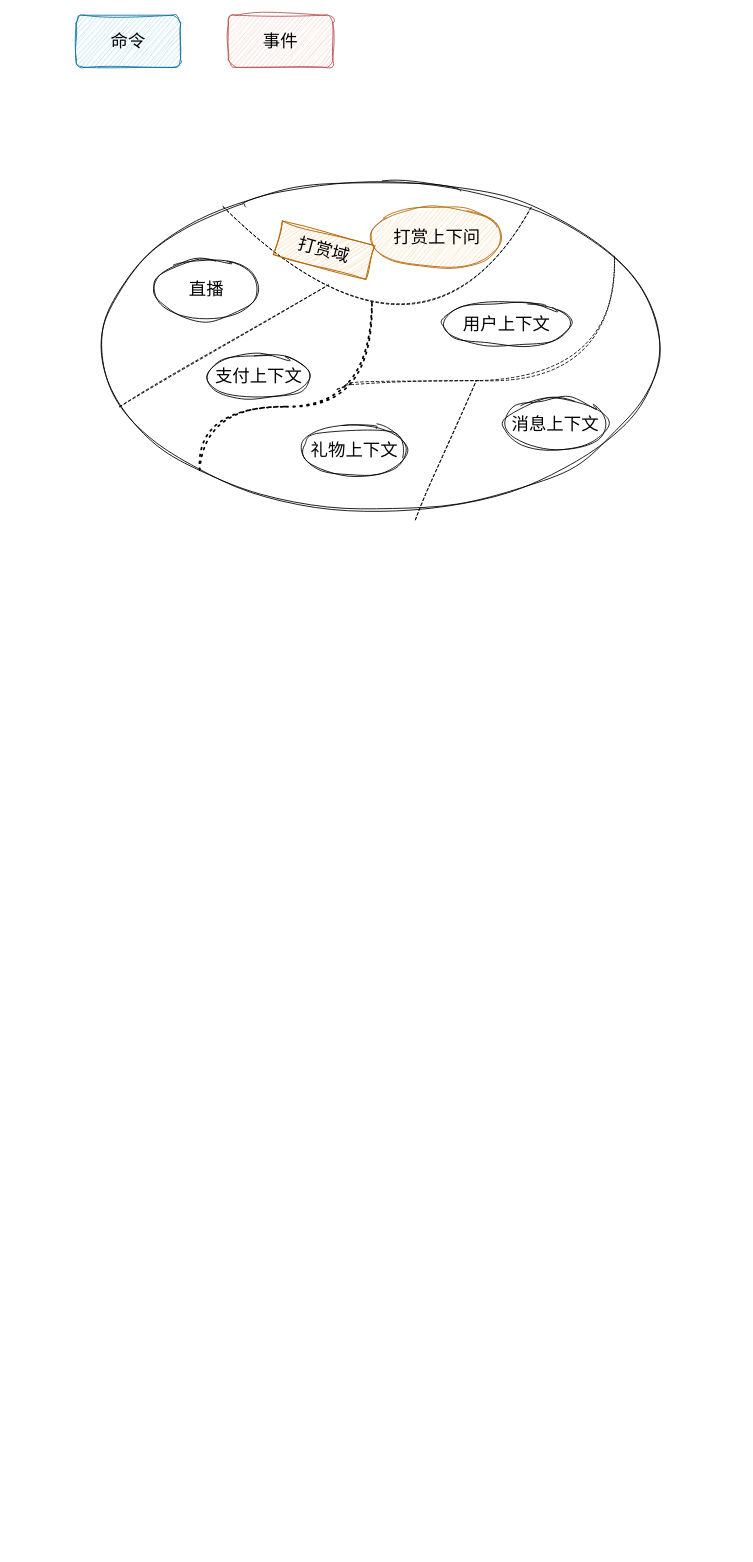
Earlier version of the draw.io diagram 未命名绘图.drawio (seuzxc/book). Source tidied: cells renumbered, new cells numbered last; positions are measured from the earlier drawing's top-left corner, leaving out a move shared by most shapes. Both pictures are drawn from the tidied source at 87%, with x=0, y=0 at pixel (76, 15).
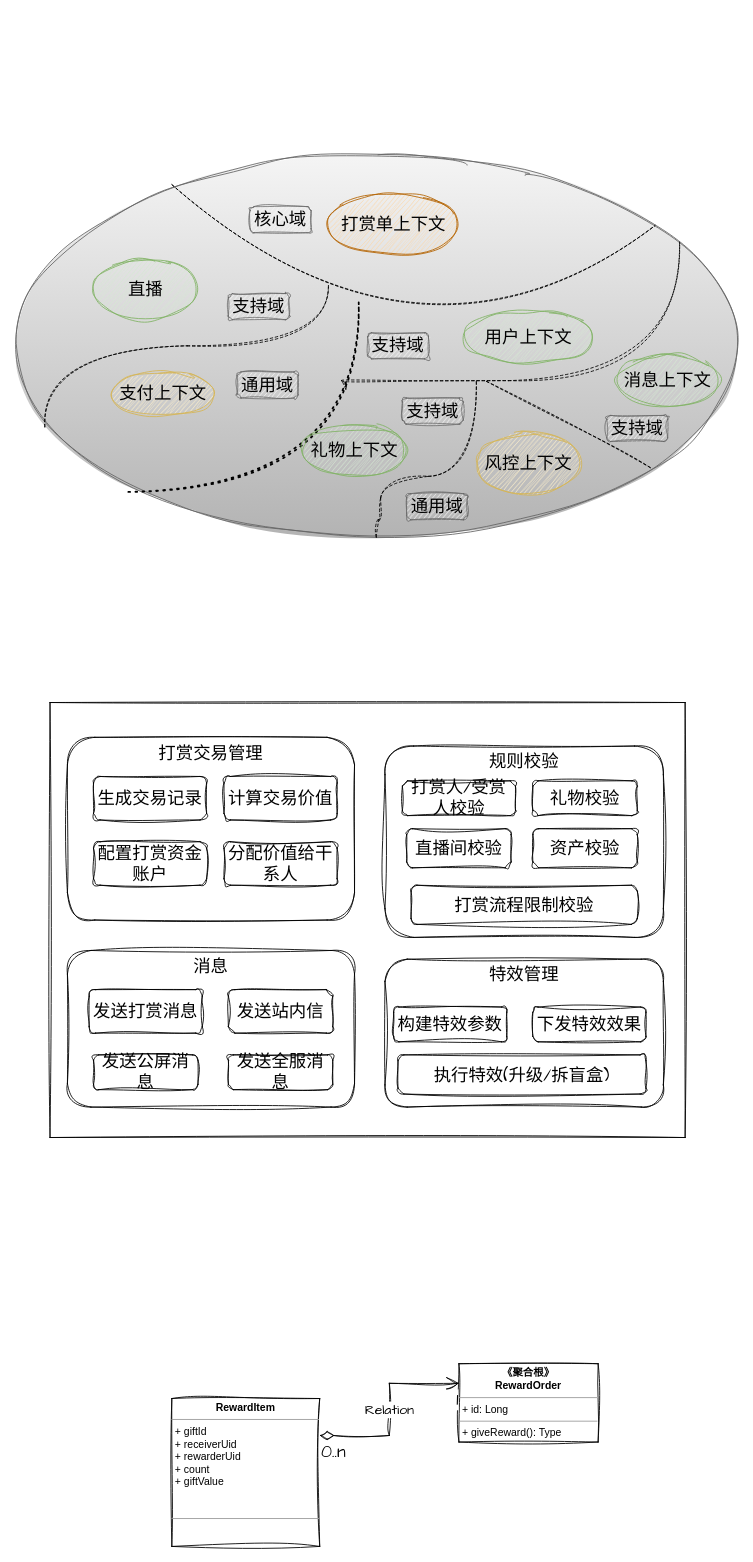
The same page after the edit.

Commit message:
更新未命名绘图.drawio

What changed in the source:
```diff
@@
-    <mxCell id="2" value="事件" style="rounded=1;whiteSpace=wrap;html=1;sketch=1;hachureGap=4;jiggle=2;curveFitting=1;fontFamily=Architects Daughter;fontSize=20;fillColor=#f8cecc;strokeColor=#b85450;" parent="1" vertex="1">
-      <mxGeometry x="175" width="120" height="60" as="geometry" />
-    </mxCell>
-    <mxCell id="3" value="命令" style="rounded=1;whiteSpace=wrap;html=1;sketch=1;hachureGap=4;jiggle=2;curveFitting=1;fontFamily=Architects Daughter;fontSize=20;fillColor=#b1ddf0;strokeColor=#10739e;" parent="1" vertex="1">
-      <mxGeometry width="120" height="60" as="geometry" />
-    </mxCell>
-    <mxCell id="4" style="ellipse;whiteSpace=wrap;html=1;sketch=1;hachureGap=4;jiggle=2;curveFitting=1;fontFamily=Architects Daughter;fontSize=20;" parent="1" vertex="1">
-      <mxGeometry x="30" y="190" width="640" height="380" as="geometry" />
+    <mxCell id="4" style="ellipse;whiteSpace=wrap;html=1;sketch=1;hachureGap=4;jiggle=2;curveFitting=1;fontFamily=Architects Daughter;fontSize=20;shadow=0;fillColor=#f5f5f5;gradientColor=#b3b3b3;strokeColor=#666666;" parent="1" vertex="1">
+      <mxGeometry x="-70" y="160" width="830" height="440" as="geometry" />
     </mxCell>
-    <mxCell id="5" style="endArrow=none;dashed=1;html=1;rounded=0;sketch=1;hachureGap=4;jiggle=2;curveFitting=1;fontFamily=Architects Daughter;fontSize=16;entryX=0.77;entryY=0.082;entryDx=0;entryDy=0;entryPerimeter=0;exitX=0.217;exitY=0.079;exitDx=0;exitDy=0;edgeStyle=orthogonalEdgeStyle;curved=1;exitPerimeter=0;" parent="1" edge="1" source="4" target="4">
+    <mxCell id="5" style="endArrow=none;dashed=1;html=1;rounded=0;sketch=1;hachureGap=4;jiggle=2;curveFitting=1;fontFamily=Architects Daughter;fontSize=16;entryX=0.886;entryY=0.186;entryDx=0;entryDy=0;exitX=0.217;exitY=0.079;exitDx=0;exitDy=0;edgeStyle=orthogonalEdgeStyle;curved=1;exitPerimeter=0;entryPerimeter=0;" parent="1" edge="1" source="4" target="4">
       <mxGeometry relative="1" as="geometry">
         <Array as="points">
           <mxPoint x="400" y="448" />
         </Array>
       </mxGeometry>
     </mxCell>
-    <mxCell id="6" value="打赏域" style="text;html=1;strokeColor=#b46504;fillColor=#fad7ac;align=center;verticalAlign=middle;whiteSpace=wrap;rounded=0;fontSize=20;fontFamily=Architects Daughter;rotation=15;sketch=1;curveFitting=1;jiggle=2;" parent="1" vertex="1">
-      <mxGeometry x="230" y="250" width="110" height="40" as="geometry" />
-    </mxCell>
-    <mxCell id="7" value="打赏上下问" style="ellipse;whiteSpace=wrap;html=1;sketch=1;hachureGap=4;jiggle=2;curveFitting=1;fontFamily=Architects Daughter;fontSize=20;fillColor=#fad7ac;strokeColor=#b46504;" parent="1" vertex="1">
-      <mxGeometry x="340" y="220" width="150" height="70" as="geometry" />
+    <mxCell id="7" value="打赏单上下文" style="ellipse;whiteSpace=wrap;html=1;sketch=1;hachureGap=4;jiggle=2;curveFitting=1;fontFamily=Architects Daughter;fontSize=20;fillColor=#fad7ac;strokeColor=#b46504;" parent="1" vertex="1">
+      <mxGeometry x="290" y="205" width="150" height="70" as="geometry" />
     </mxCell>
-    <mxCell id="8" value="支付上下文" style="ellipse;whiteSpace=wrap;html=1;sketch=1;hachureGap=4;jiggle=2;curveFitting=1;fontFamily=Architects Daughter;fontSize=20;" parent="1" vertex="1">
-      <mxGeometry x="150" y="390" width="120" height="50" as="geometry" />
+    <mxCell id="8" value="支付上下文" style="ellipse;whiteSpace=wrap;html=1;sketch=1;hachureGap=4;jiggle=2;curveFitting=1;fontFamily=Architects Daughter;fontSize=20;fillColor=#fff2cc;gradientColor=none;strokeColor=#d6b656;" parent="1" vertex="1">
+      <mxGeometry x="40" y="410" width="120" height="50" as="geometry" />
     </mxCell>
-    <mxCell id="9" style="endArrow=none;dashed=1;html=1;rounded=0;sketch=1;hachureGap=4;jiggle=2;curveFitting=1;fontFamily=Architects Daughter;fontSize=16;" parent="1" edge="1">
+    <mxCell id="9" style="endArrow=none;dashed=1;html=1;rounded=0;sketch=1;hachureGap=4;jiggle=2;curveFitting=1;fontFamily=Architects Daughter;fontSize=16;exitX=0.041;exitY=0.712;exitDx=0;exitDy=0;exitPerimeter=0;edgeStyle=orthogonalEdgeStyle;curved=1;" parent="1" edge="1" source="4">
       <mxGeometry relative="1" as="geometry">
-        <mxPoint x="50" y="450" as="sourcePoint" />
         <mxPoint x="290" y="310" as="targetPoint" />
+        <Array as="points">
+          <mxPoint x="-36" y="380" />
+          <mxPoint x="291" y="380" />
+        </Array>
       </mxGeometry>
     </mxCell>
-    <mxCell id="10" value="直播" style="ellipse;whiteSpace=wrap;html=1;sketch=1;hachureGap=4;jiggle=2;curveFitting=1;fontFamily=Architects Daughter;fontSize=20;" parent="1" vertex="1">
-      <mxGeometry x="90" y="280" width="120" height="70" as="geometry" />
+    <mxCell id="10" value="直播" style="ellipse;whiteSpace=wrap;html=1;sketch=1;hachureGap=4;jiggle=2;curveFitting=1;fontFamily=Architects Daughter;fontSize=20;fillColor=#d5e8d4;gradientColor=none;strokeColor=#82b366;shadow=0;" parent="1" vertex="1">
+      <mxGeometry x="20" y="280" width="120" height="70" as="geometry" />
     </mxCell>
-    <mxCell id="11" style="endArrow=none;dashed=1;html=1;dashPattern=1 3;strokeWidth=2;rounded=0;sketch=1;hachureGap=4;jiggle=2;curveFitting=1;fontFamily=Architects Daughter;fontSize=16;exitX=0.175;exitY=0.876;exitDx=0;exitDy=0;exitPerimeter=0;edgeStyle=orthogonalEdgeStyle;curved=1;" parent="1" edge="1" source="4">
+    <mxCell id="11" style="endArrow=none;dashed=1;html=1;dashPattern=1 3;strokeWidth=2;rounded=0;sketch=1;hachureGap=4;jiggle=2;curveFitting=1;fontFamily=Architects Daughter;fontSize=16;exitX=0.175;exitY=0.876;exitDx=0;exitDy=0;exitPerimeter=0;edgeStyle=orthogonalEdgeStyle;elbow=vertical;curved=1;" parent="1" edge="1">
       <mxGeometry relative="1" as="geometry">
-        <mxPoint x="340" y="330" as="targetPoint" />
-        <Array as="points">
-          <mxPoint x="142" y="450" />
-          <mxPoint x="341" y="450" />
-        </Array>
+        <mxPoint x="60" y="547.9" as="sourcePoint" />
+        <mxPoint x="324.8" y="330" as="targetPoint" />
       </mxGeometry>
     </mxCell>
-    <mxCell id="12" value="用户上下文" style="ellipse;whiteSpace=wrap;html=1;sketch=1;hachureGap=4;jiggle=2;curveFitting=1;fontFamily=Architects Daughter;fontSize=20;" parent="1" vertex="1">
-      <mxGeometry x="420" y="330" width="150" height="50" as="geometry" />
+    <mxCell id="12" value="用户上下文" style="ellipse;whiteSpace=wrap;html=1;sketch=1;hachureGap=4;jiggle=2;curveFitting=1;fontFamily=Architects Daughter;fontSize=20;fillColor=#d5e8d4;gradientColor=none;strokeColor=#82b366;" parent="1" vertex="1">
+      <mxGeometry x="445" y="340" width="150" height="60" as="geometry" />
     </mxCell>
-    <mxCell id="13" value="礼物上下文" style="ellipse;whiteSpace=wrap;html=1;sketch=1;hachureGap=4;jiggle=2;curveFitting=1;fontFamily=Architects Daughter;fontSize=20;" parent="1" vertex="1">
+    <mxCell id="13" value="礼物上下文" style="ellipse;whiteSpace=wrap;html=1;hachureGap=4;fontFamily=Architects Daughter;fontSize=20;fillColor=#d5e8d4;gradientColor=none;strokeColor=#82b366;shadow=0;sketch=1;curveFitting=1;jiggle=2;" parent="1" vertex="1">
       <mxGeometry x="260" y="470" width="120" height="60" as="geometry" />
     </mxCell>
-    <mxCell id="14" value="消息上下文" style="ellipse;whiteSpace=wrap;html=1;sketch=1;hachureGap=4;jiggle=2;curveFitting=1;fontFamily=Architects Daughter;fontSize=20;" parent="1" vertex="1">
-      <mxGeometry x="491" y="440" width="120" height="60" as="geometry" />
+    <mxCell id="14" value="消息上下文" style="ellipse;whiteSpace=wrap;html=1;sketch=1;hachureGap=4;jiggle=2;curveFitting=1;fontFamily=Architects Daughter;fontSize=20;fillColor=#d5e8d4;gradientColor=none;strokeColor=#82b366;" parent="1" vertex="1">
+      <mxGeometry x="620" y="390" width="120" height="60" as="geometry" />
     </mxCell>
     <mxCell id="15" style="endArrow=none;dashed=1;html=1;rounded=0;sketch=1;hachureGap=4;jiggle=2;curveFitting=1;fontFamily=Architects Daughter;fontSize=16;entryX=0.92;entryY=0.229;entryDx=0;entryDy=0;entryPerimeter=0;edgeStyle=orthogonalEdgeStyle;curved=1;" parent="1" edge="1" target="4">
       <mxGeometry relative="1" as="geometry">
-        <mxPoint x="300" y="430" as="sourcePoint" />
+        <mxPoint x="310" y="430" as="sourcePoint" />
         <Array as="points">
-          <mxPoint x="310" y="430" />
-          <mxPoint x="310" y="420" />
+          <mxPoint x="300" y="420" />
           <mxPoint x="619" y="420" />
         </Array>
       </mxGeometry>
     </mxCell>
-    <mxCell id="16" style="endArrow=none;dashed=1;html=1;rounded=0;sketch=1;hachureGap=4;jiggle=2;curveFitting=1;fontFamily=Architects Daughter;fontSize=16;" parent="1" edge="1">
+    <mxCell id="16" style="endArrow=none;dashed=1;html=1;rounded=0;sketch=1;hachureGap=4;jiggle=2;curveFitting=1;fontFamily=Architects Daughter;fontSize=16;exitX=0.5;exitY=1;exitDx=0;exitDy=0;edgeStyle=orthogonalEdgeStyle;curved=1;" parent="1" edge="1" source="4">
       <mxGeometry relative="1" as="geometry">
-        <mxPoint x="390" y="580" as="sourcePoint" />
         <mxPoint x="460" y="420" as="targetPoint" />
+        <Array as="points">
+          <mxPoint x="345" y="580" />
+          <mxPoint x="350" y="580" />
+          <mxPoint x="350" y="530" />
+          <mxPoint x="460" y="530" />
+        </Array>
       </mxGeometry>
     </mxCell>
+    <mxCell id="17" value="风控上下文" style="ellipse;whiteSpace=wrap;html=1;sketch=1;hachureGap=4;jiggle=2;curveFitting=1;fontFamily=Architects Daughter;fontSize=20;fillColor=#fff2cc;gradientColor=none;strokeColor=#d6b656;" parent="1" vertex="1">
+      <mxGeometry x="460" y="480" width="120" height="70" as="geometry" />
+    </mxCell>
+    <mxCell id="18" value="核心域" style="text;html=1;strokeColor=#666666;fillColor=#f5f5f5;align=center;verticalAlign=middle;whiteSpace=wrap;rounded=1;fontSize=20;fontFamily=Architects Daughter;gradientColor=none;glass=0;sketch=1;curveFitting=1;jiggle=2;shadow=0;dashed=1;dashPattern=1 1;" parent="1" vertex="1">
+      <mxGeometry x="200" y="220" width="70" height="30" as="geometry" />
+    </mxCell>
+    <mxCell id="19" value="支持域" style="text;html=1;strokeColor=#666666;fillColor=#f5f5f5;align=center;verticalAlign=middle;whiteSpace=wrap;rounded=1;fontSize=20;fontFamily=Architects Daughter;gradientColor=none;dashed=1;dashPattern=1 1;sketch=1;curveFitting=1;jiggle=2;" parent="1" vertex="1">
+      <mxGeometry x="175" y="320" width="70" height="30" as="geometry" />
+    </mxCell>
+    <mxCell id="20" value="通用域" style="text;html=1;strokeColor=#666666;fillColor=#f5f5f5;align=center;verticalAlign=middle;whiteSpace=wrap;rounded=1;fontSize=20;fontFamily=Architects Daughter;gradientColor=none;dashed=1;dashPattern=1 1;sketch=1;curveFitting=1;jiggle=2;" parent="1" vertex="1">
+      <mxGeometry x="185" y="410" width="70" height="30" as="geometry" />
+    </mxCell>
+    <mxCell id="21" value="支持域" style="text;html=1;strokeColor=#666666;fillColor=#f5f5f5;align=center;verticalAlign=middle;whiteSpace=wrap;rounded=1;fontSize=20;fontFamily=Architects Daughter;gradientColor=none;dashed=1;dashPattern=1 1;sketch=1;curveFitting=1;jiggle=2;" parent="1" vertex="1">
+      <mxGeometry x="335" y="365" width="70" height="30" as="geometry" />
+    </mxCell>
+    <mxCell id="22" value="支持域" style="text;html=1;strokeColor=#666666;fillColor=#f5f5f5;align=center;verticalAlign=middle;whiteSpace=wrap;rounded=1;fontSize=20;fontFamily=Architects Daughter;gradientColor=none;sketch=1;curveFitting=1;jiggle=2;dashed=1;dashPattern=1 1;" parent="1" vertex="1">
+      <mxGeometry x="375" y="440" width="70" height="30" as="geometry" />
+    </mxCell>
+    <mxCell id="23" value="通用域" style="text;html=1;strokeColor=#666666;fillColor=#f5f5f5;align=center;verticalAlign=middle;whiteSpace=wrap;rounded=1;fontSize=20;fontFamily=Architects Daughter;gradientColor=none;sketch=1;curveFitting=1;jiggle=2;dashed=1;dashPattern=1 1;" parent="1" vertex="1">
+      <mxGeometry x="380" y="550" width="70" height="30" as="geometry" />
+    </mxCell>
+    <mxCell id="24" style="endArrow=none;dashed=1;html=1;rounded=0;sketch=1;hachureGap=4;jiggle=2;curveFitting=1;fontFamily=Architects Daughter;fontSize=16;" parent="1" edge="1">
+      <mxGeometry relative="1" as="geometry">
+        <mxPoint x="660" y="520" as="sourcePoint" />
+        <mxPoint x="470" y="420" as="targetPoint" />
+      </mxGeometry>
+    </mxCell>
+    <mxCell id="25" value="支持域" style="text;html=1;strokeColor=#666666;fillColor=#f5f5f5;align=center;verticalAlign=middle;whiteSpace=wrap;rounded=1;fontSize=20;fontFamily=Architects Daughter;gradientColor=none;sketch=1;curveFitting=1;jiggle=2;dashed=1;dashPattern=1 1;" parent="1" vertex="1">
+      <mxGeometry x="610" y="460" width="70" height="30" as="geometry" />
+    </mxCell>
+    <mxCell id="26" style="rounded=0;whiteSpace=wrap;html=1;sketch=1;hachureGap=4;jiggle=2;curveFitting=1;fontFamily=Architects Daughter;fontSize=20;" parent="1" vertex="1">
+      <mxGeometry x="-30" y="790" width="730" height="500" as="geometry" />
+    </mxCell>
+    <mxCell id="27" value="特效管理" style="rounded=1;whiteSpace=wrap;html=1;sketch=1;hachureGap=4;jiggle=2;curveFitting=1;fontFamily=Architects Daughter;fontSize=20;verticalAlign=top;" parent="1" vertex="1">
+      <mxGeometry x="355" y="1085" width="320" height="170" as="geometry" />
+    </mxCell>
+    <mxCell id="28" value="规则校验" style="rounded=1;whiteSpace=wrap;html=1;sketch=1;hachureGap=4;jiggle=2;curveFitting=1;fontFamily=Architects Daughter;fontSize=20;verticalAlign=top;" parent="1" vertex="1">
+      <mxGeometry x="355" y="840" width="320" height="220" as="geometry" />
+    </mxCell>
+    <mxCell id="29" value="打赏人/受赏人校验" style="rounded=1;whiteSpace=wrap;html=1;sketch=1;hachureGap=4;jiggle=2;curveFitting=1;fontFamily=Architects Daughter;fontSize=20;" parent="1" vertex="1">
+      <mxGeometry x="375" y="880" width="130" height="40" as="geometry" />
+    </mxCell>
+    <mxCell id="30" value="礼物校验" style="rounded=1;whiteSpace=wrap;html=1;sketch=1;hachureGap=4;jiggle=2;curveFitting=1;fontFamily=Architects Daughter;fontSize=20;" parent="1" vertex="1">
+      <mxGeometry x="525" y="880" width="120" height="40" as="geometry" />
+    </mxCell>
+    <mxCell id="31" value="直播间校验" style="rounded=1;whiteSpace=wrap;html=1;sketch=1;hachureGap=4;jiggle=2;curveFitting=1;fontFamily=Architects Daughter;fontSize=20;" parent="1" vertex="1">
+      <mxGeometry x="380" y="935" width="120" height="45" as="geometry" />
+    </mxCell>
+    <mxCell id="32" value="资产校验" style="rounded=1;whiteSpace=wrap;html=1;sketch=1;hachureGap=4;jiggle=2;curveFitting=1;fontFamily=Architects Daughter;fontSize=20;" parent="1" vertex="1">
+      <mxGeometry x="525" y="935" width="120" height="45" as="geometry" />
+    </mxCell>
+    <mxCell id="33" value="打赏流程限制校验" style="rounded=1;whiteSpace=wrap;html=1;sketch=1;hachureGap=4;jiggle=2;curveFitting=1;fontFamily=Architects Daughter;fontSize=20;" parent="1" vertex="1">
+      <mxGeometry x="385" y="1000" width="260" height="45" as="geometry" />
+    </mxCell>
+    <mxCell id="34" value="消息" style="rounded=1;whiteSpace=wrap;html=1;sketch=1;hachureGap=4;jiggle=2;curveFitting=1;fontFamily=Architects Daughter;fontSize=20;verticalAlign=top;" parent="1" vertex="1">
+      <mxGeometry x="-10" y="1075" width="330" height="180" as="geometry" />
+    </mxCell>
+    <mxCell id="35" value="构建特效参数" style="rounded=1;whiteSpace=wrap;html=1;sketch=1;hachureGap=4;jiggle=2;curveFitting=1;fontFamily=Architects Daughter;fontSize=20;" parent="1" vertex="1">
+      <mxGeometry x="365" y="1140" width="130" height="40" as="geometry" />
+    </mxCell>
+    <mxCell id="36" value="下发特效效果" style="rounded=1;whiteSpace=wrap;html=1;sketch=1;hachureGap=4;jiggle=2;curveFitting=1;fontFamily=Architects Daughter;fontSize=20;" parent="1" vertex="1">
+      <mxGeometry x="525" y="1140" width="130" height="40" as="geometry" />
+    </mxCell>
+    <mxCell id="37" value="发送打赏消息" style="rounded=1;whiteSpace=wrap;html=1;sketch=1;hachureGap=4;jiggle=2;curveFitting=1;fontFamily=Architects Daughter;fontSize=20;" parent="1" vertex="1">
+      <mxGeometry x="15" y="1120" width="130" height="50" as="geometry" />
+    </mxCell>
+    <mxCell id="38" value="发送站内信" style="rounded=1;whiteSpace=wrap;html=1;sketch=1;hachureGap=4;jiggle=2;curveFitting=1;fontFamily=Architects Daughter;fontSize=20;" parent="1" vertex="1">
+      <mxGeometry x="175" y="1120" width="120" height="50" as="geometry" />
+    </mxCell>
+    <mxCell id="39" value="发送公屏消息" style="rounded=1;whiteSpace=wrap;html=1;sketch=1;hachureGap=4;jiggle=2;curveFitting=1;fontFamily=Architects Daughter;fontSize=20;" parent="1" vertex="1">
+      <mxGeometry x="20" y="1195" width="120" height="40" as="geometry" />
+    </mxCell>
+    <mxCell id="40" value="发送全服消息" style="rounded=1;whiteSpace=wrap;html=1;sketch=1;hachureGap=4;jiggle=2;curveFitting=1;fontFamily=Architects Daughter;fontSize=20;" parent="1" vertex="1">
+      <mxGeometry x="175" y="1195" width="120" height="40" as="geometry" />
+    </mxCell>
+    <mxCell id="41" value="打赏交易管理" style="rounded=1;whiteSpace=wrap;html=1;sketch=1;hachureGap=4;jiggle=2;curveFitting=1;fontFamily=Architects Daughter;fontSize=20;verticalAlign=top;" parent="1" vertex="1">
+      <mxGeometry x="-10" y="830" width="330" height="210" as="geometry" />
+    </mxCell>
+    <mxCell id="42" value="生成交易记录" style="rounded=1;whiteSpace=wrap;html=1;sketch=1;hachureGap=4;jiggle=2;curveFitting=1;fontFamily=Architects Daughter;fontSize=20;" parent="1" vertex="1">
+      <mxGeometry x="20" y="875" width="130" height="50" as="geometry" />
+    </mxCell>
+    <mxCell id="43" value="计算交易价值" style="rounded=1;whiteSpace=wrap;html=1;sketch=1;hachureGap=4;jiggle=2;curveFitting=1;fontFamily=Architects Daughter;fontSize=20;" parent="1" vertex="1">
+      <mxGeometry x="170" y="875" width="130" height="50" as="geometry" />
+    </mxCell>
+    <mxCell id="44" value="配置打赏资金账户" style="rounded=1;whiteSpace=wrap;html=1;sketch=1;hachureGap=4;jiggle=2;curveFitting=1;fontFamily=Architects Daughter;fontSize=20;" parent="1" vertex="1">
+      <mxGeometry x="20" y="950" width="130" height="50" as="geometry" />
+    </mxCell>
+    <mxCell id="45" value="分配价值给干系人" style="rounded=1;whiteSpace=wrap;html=1;sketch=1;hachureGap=4;jiggle=2;curveFitting=1;fontFamily=Architects Daughter;fontSize=20;" parent="1" vertex="1">
+      <mxGeometry x="170" y="950" width="130" height="50" as="geometry" />
+    </mxCell>
+    <mxCell id="46" value="执行特效(升级/拆盲盒)" style="rounded=1;whiteSpace=wrap;html=1;sketch=1;hachureGap=4;jiggle=2;curveFitting=1;fontFamily=Architects Daughter;fontSize=20;" parent="1" vertex="1">
+      <mxGeometry x="370" y="1195" width="285" height="45" as="geometry" />
+    </mxCell>
+    <mxCell id="47" value="&lt;p style=&quot;margin:0px;margin-top:4px;text-align:center;&quot;&gt;&lt;b&gt;《聚合根》&lt;br&gt;RewardOrder&lt;/b&gt;&lt;/p&gt;&lt;hr size=&quot;1&quot;&gt;&lt;p style=&quot;margin:0px;margin-left:4px;&quot;&gt;+ id: Long&lt;/p&gt;&lt;hr size=&quot;1&quot;&gt;&lt;p style=&quot;margin:0px;margin-left:4px;&quot;&gt;+ giveReward(): Type&lt;/p&gt;" style="verticalAlign=top;align=left;overflow=fill;fontSize=12;fontFamily=Helvetica;html=1;whiteSpace=wrap;sketch=1;hachureGap=4;jiggle=2;curveFitting=1;" parent="1" vertex="1">
+      <mxGeometry x="440" y="1550" width="160" height="90" as="geometry" />
+    </mxCell>
+    <mxCell id="48" value="&lt;p style=&quot;margin:0px;margin-top:4px;text-align:center;&quot;&gt;&lt;b&gt;RewardItem&lt;/b&gt;&lt;/p&gt;&lt;hr size=&quot;1&quot;&gt;&lt;p style=&quot;margin:0px;margin-left:4px;&quot;&gt;+ giftId&lt;br&gt;+ receiverUid&lt;/p&gt;&lt;p style=&quot;margin:0px;margin-left:4px;&quot;&gt;+&amp;nbsp;rewarderUid&lt;/p&gt;&lt;p style=&quot;margin:0px;margin-left:4px;&quot;&gt;+ count&lt;/p&gt;&lt;p style=&quot;margin:0px;margin-left:4px;&quot;&gt;+ giftValue&lt;/p&gt;&lt;p style=&quot;margin:0px;margin-left:4px;&quot;&gt;&lt;br&gt;&lt;/p&gt;&lt;p style=&quot;margin:0px;margin-left:4px;&quot;&gt;&lt;br&gt;&lt;/p&gt;&lt;hr size=&quot;1&quot;&gt;&lt;p style=&quot;margin:0px;margin-left:4px;&quot;&gt;&lt;br&gt;&lt;/p&gt;" style="verticalAlign=top;align=left;overflow=fill;fontSize=12;fontFamily=Helvetica;html=1;whiteSpace=wrap;sketch=1;hachureGap=4;jiggle=2;curveFitting=1;" parent="1" vertex="1">
+      <mxGeometry x="110" y="1590" width="170" height="170" as="geometry" />
+    </mxCell>
+    <mxCell id="49" value="Relation" style="endArrow=open;html=1;endSize=12;startArrow=diamondThin;startSize=14;startFill=0;edgeStyle=orthogonalEdgeStyle;rounded=0;sketch=1;hachureGap=4;jiggle=2;curveFitting=1;fontFamily=Architects Daughter;fontSize=16;entryX=0;entryY=0.25;entryDx=0;entryDy=0;exitX=1;exitY=0.25;exitDx=0;exitDy=0;" parent="1" edge="1" source="48" target="47">
+      <mxGeometry relative="1" as="geometry" />
+    </mxCell>
+    <mxCell id="50" value="0..n" style="edgeLabel;html=1;align=left;verticalAlign=top;sketch=1;hachureGap=4;jiggle=2;curveFitting=1;fontFamily=Architects Daughter;fontSize=20;" parent="49" vertex="1">
+      <mxGeometry x="-1" relative="1" as="geometry" />
+    </mxCell>
+    <mxCell id="51" value="1" style="edgeLabel;html=1;align=right;verticalAlign=top;sketch=1;hachureGap=4;jiggle=2;curveFitting=1;fontFamily=Architects Daughter;fontSize=20;" parent="49" vertex="1">
+      <mxGeometry x="1" relative="1" as="geometry" />
+    </mxCell>
```
